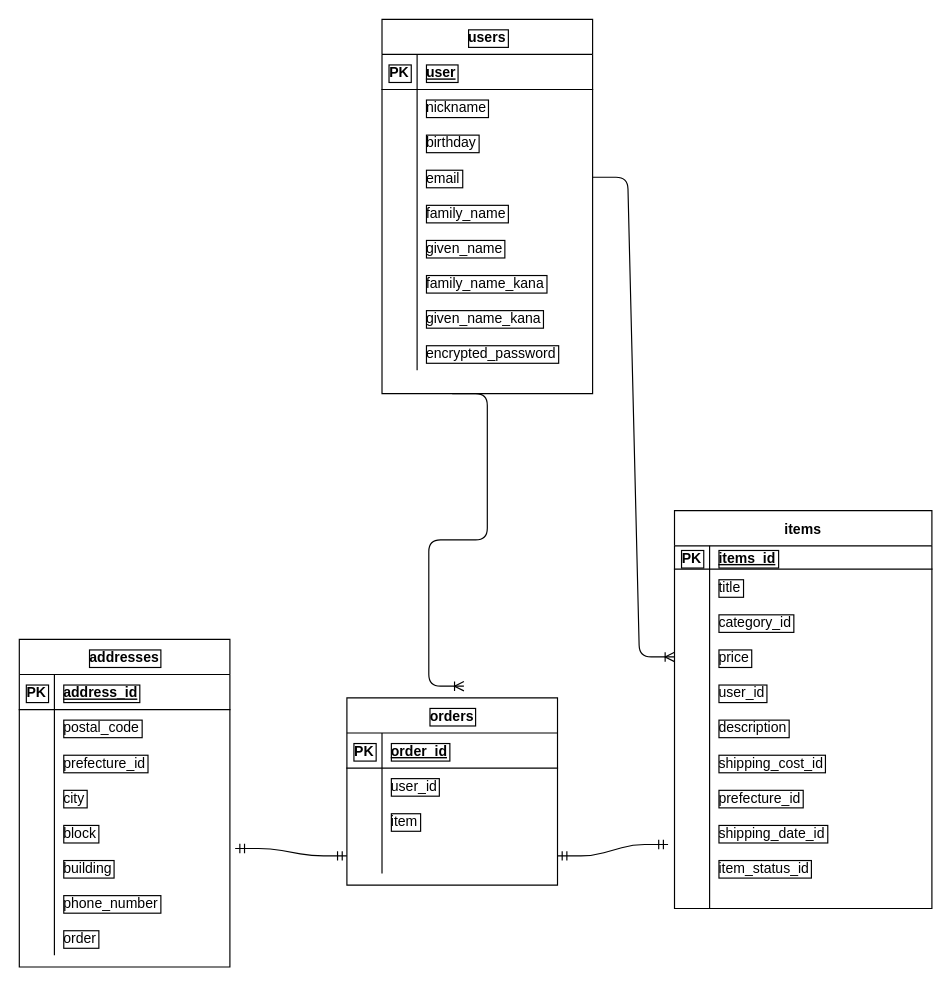
shigeki310/furima-38165 keeps this draw.io diagram as test.dio. Above is the earlier version. Source tidied: cells renumbered, new cells numbered last; positions are measured from the earlier drawing's top-left corner, leaving out a move shared by most shapes. Both pictures are drawn from the tidied source at 117%, with x=0, y=0 at pixel (19, 19).
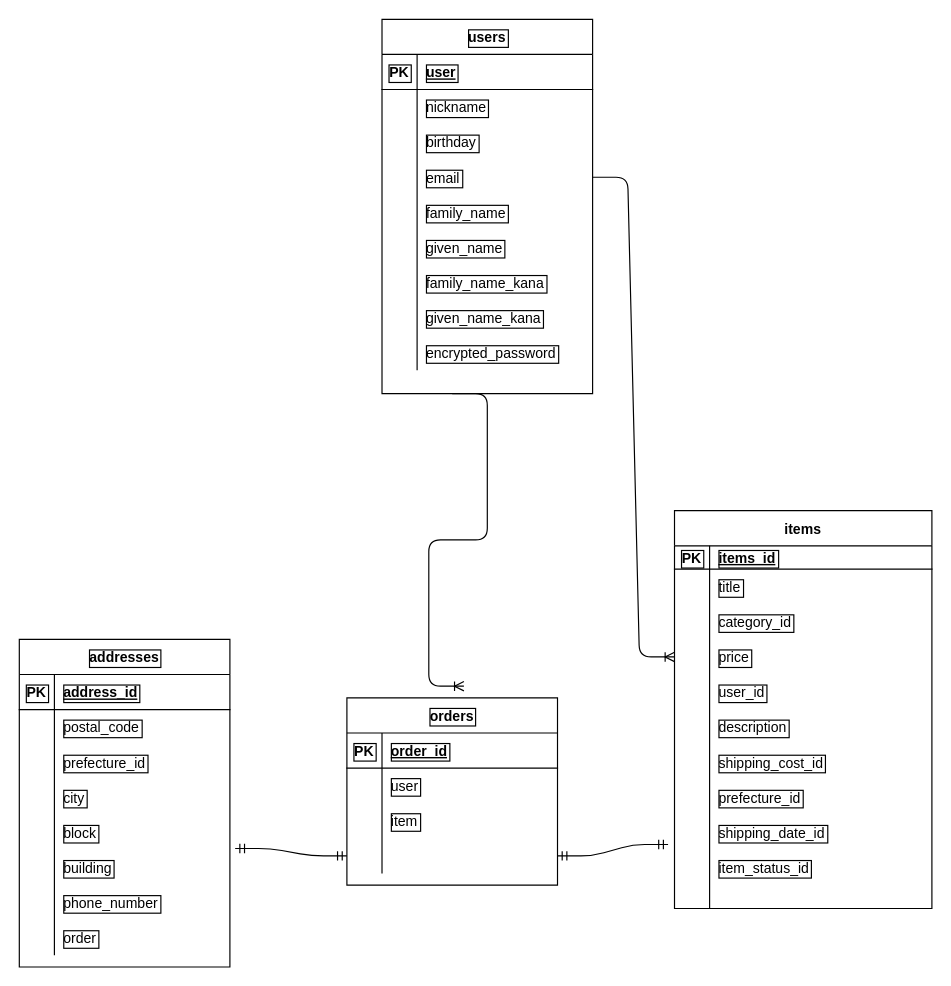
Above is the later version.

Unchanged cells that the change refers to:
```xml
<mxCell id="96" style="shape=partialRectangle;fillColor=none;top=0;left=0;bottom=0;right=0;labelBorderColor=default;strokeColor=default;" parent="92" vertex="1">
  <mxGeometry y="60" width="180" height="30" as="geometry" />
</mxCell>
```

Diff of the diagram source:
```diff
@@
-    <mxCell id="98" value="user_id" style="shape=partialRectangle;fillColor=none;top=0;left=0;bottom=0;right=0;align=left;spacingLeft=6;overflow=hidden;labelBorderColor=default;strokeColor=default;" parent="96" vertex="1">
+    <mxCell id="98" value="user" style="shape=partialRectangle;fillColor=none;top=0;left=0;bottom=0;right=0;align=left;spacingLeft=6;overflow=hidden;labelBorderColor=default;strokeColor=default;" parent="96" vertex="1">
       <mxGeometry x="30" width="150" height="30" as="geometry" />
     </mxCell>
```
